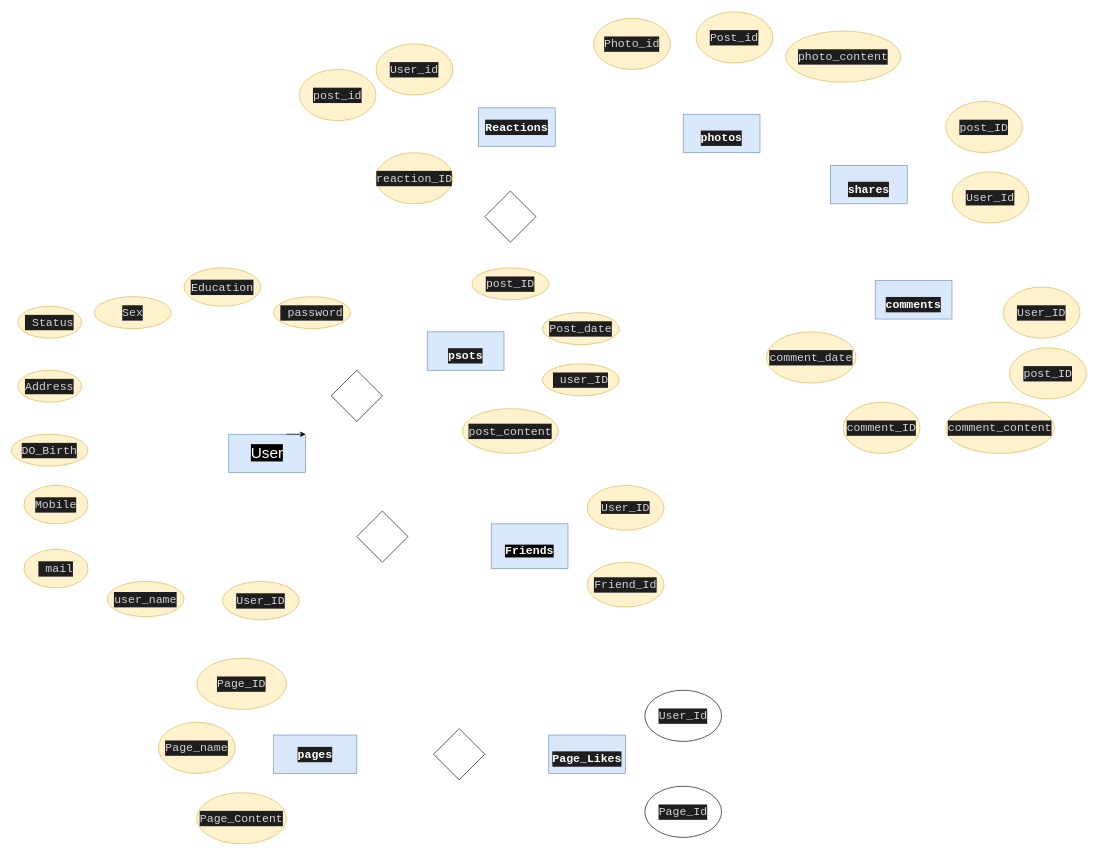
elarabyelaidy19/database_of_databases keeps this draw.io diagram as weyou/Untitled Diagram.drawio. Above is the earlier version. Source tidied: cells renumbered, new cells numbered last; positions are measured from the earlier drawing's top-left corner, leaving out a move shared by most shapes. Both pictures are drawn from the tidied source at 64%, with x=0, y=0 at pixel (11, 12).
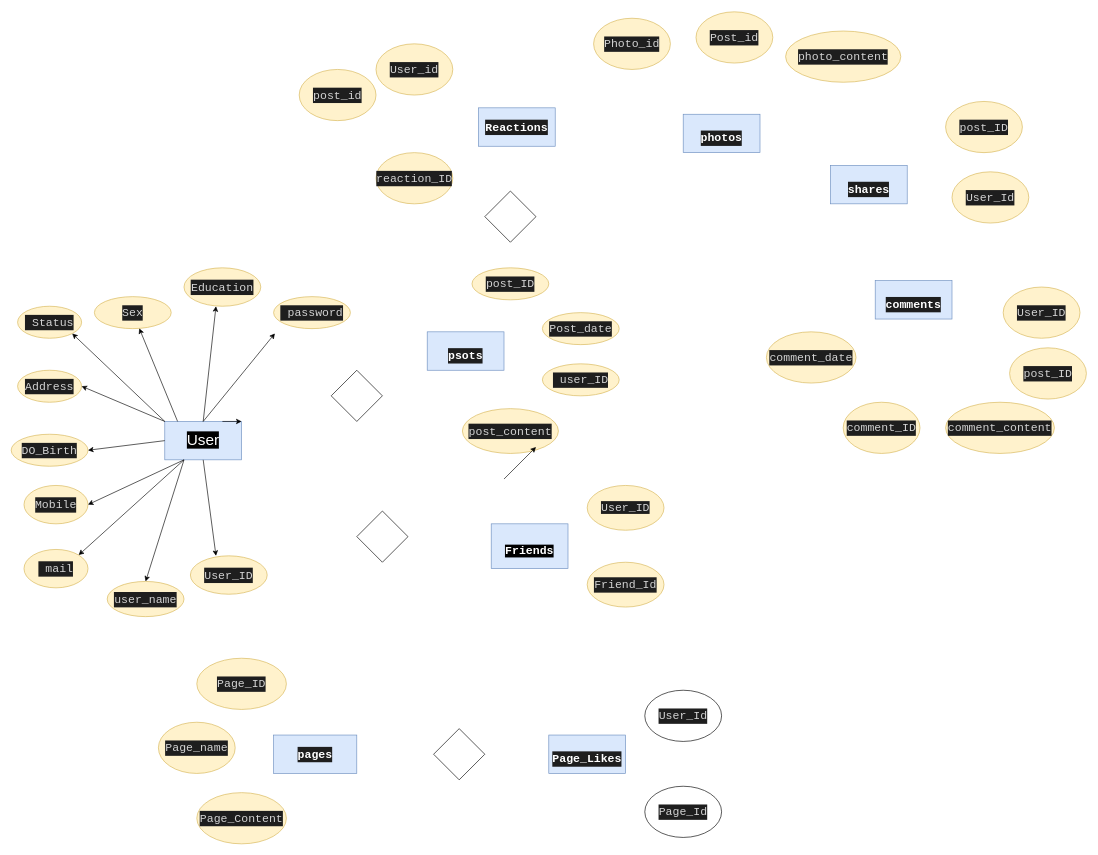
After the change.

The change refers to these unchanged cells:
```xml
<mxCell id="11" value="&#10;&#10;&lt;div style=&quot;color: rgb(212, 212, 212); background-color: rgb(30, 30, 30); font-family: consolas, &amp;quot;courier new&amp;quot;, monospace; font-weight: normal; font-size: 18px; line-height: 24px;&quot;&gt;&lt;div&gt;&lt;span style=&quot;color: #d4d4d4&quot;&gt;user_name&lt;/span&gt;&lt;/div&gt;&lt;/div&gt;&#10;&#10;" style="ellipse;whiteSpace=wrap;html=1;fillColor=#fff2cc;strokeColor=#d6b656;" parent="1" vertex="1">
  <mxGeometry x="150" y="890" width="120" height="55" as="geometry" />
</mxCell>
<mxCell id="12" value="&#10;&#10;&lt;div style=&quot;color: rgb(212, 212, 212); background-color: rgb(30, 30, 30); font-family: consolas, &amp;quot;courier new&amp;quot;, monospace; font-weight: normal; font-size: 18px; line-height: 24px;&quot;&gt;&lt;div&gt;&lt;span style=&quot;color: #d4d4d4&quot;&gt;&amp;nbsp;Status&lt;/span&gt;&lt;/div&gt;&lt;/div&gt;&#10;&#10;" style="ellipse;whiteSpace=wrap;html=1;fillColor=#fff2cc;strokeColor=#d6b656;" parent="1" vertex="1">
  <mxGeometry x="10" y="460" width="100" height="50" as="geometry" />
</mxCell>
<mxCell id="13" value="&#10;&#10;&lt;div style=&quot;color: rgb(212, 212, 212); background-color: rgb(30, 30, 30); font-family: consolas, &amp;quot;courier new&amp;quot;, monospace; font-weight: normal; font-size: 18px; line-height: 24px;&quot;&gt;&lt;div&gt;&lt;span style=&quot;color: #d4d4d4&quot;&gt;DO_Birth&lt;/span&gt;&lt;/div&gt;&lt;/div&gt;&#10;&#10;" style="ellipse;whiteSpace=wrap;html=1;fillColor=#fff2cc;strokeColor=#d6b656;" parent="1" vertex="1">
  <mxGeometry y="660" width="120" height="50" as="geometry" />
</mxCell>
<mxCell id="15" value="&#10;&#10;&lt;div style=&quot;color: rgb(212, 212, 212); background-color: rgb(30, 30, 30); font-family: consolas, &amp;quot;courier new&amp;quot;, monospace; font-weight: normal; font-size: 18px; line-height: 24px;&quot;&gt;&lt;div&gt;&lt;span style=&quot;color: #d4d4d4&quot;&gt;&amp;nbsp;password&lt;/span&gt;&lt;/div&gt;&lt;/div&gt;&#10;&#10;" style="ellipse;whiteSpace=wrap;html=1;fillColor=#fff2cc;strokeColor=#d6b656;" parent="1" vertex="1">
  <mxGeometry x="410" y="445" width="120" height="50" as="geometry" />
</mxCell>
<mxCell id="16" value="&#10;&#10;&lt;div style=&quot;color: rgb(212, 212, 212); background-color: rgb(30, 30, 30); font-family: consolas, &amp;quot;courier new&amp;quot;, monospace; font-weight: normal; font-size: 18px; line-height: 24px;&quot;&gt;&lt;div&gt;&lt;span style=&quot;color: #d4d4d4&quot;&gt;Sex&lt;/span&gt;&lt;/div&gt;&lt;/div&gt;&#10;&#10;" style="ellipse;whiteSpace=wrap;html=1;fillColor=#fff2cc;strokeColor=#d6b656;" parent="1" vertex="1">
  <mxGeometry x="130" y="445" width="120" height="50" as="geometry" />
</mxCell>
<mxCell id="18" value="&#10;&#10;&lt;div style=&quot;color: rgb(212, 212, 212); background-color: rgb(30, 30, 30); font-family: consolas, &amp;quot;courier new&amp;quot;, monospace; font-weight: normal; font-size: 18px; line-height: 24px;&quot;&gt;&lt;div&gt;&lt;span style=&quot;color: #d4d4d4&quot;&gt;Address&lt;/span&gt;&lt;/div&gt;&lt;/div&gt;&#10;&#10;" style="ellipse;whiteSpace=wrap;html=1;fillColor=#fff2cc;strokeColor=#d6b656;" parent="1" vertex="1">
  <mxGeometry x="10" y="560" width="100" height="50" as="geometry" />
</mxCell>
<mxCell id="19" value="&#10;&#10;&lt;div style=&quot;color: rgb(212, 212, 212); background-color: rgb(30, 30, 30); font-family: consolas, &amp;quot;courier new&amp;quot;, monospace; font-weight: normal; font-size: 18px; line-height: 24px;&quot;&gt;&lt;div&gt;&lt;span style=&quot;color: #d4d4d4&quot;&gt;&amp;nbsp;mail&lt;/span&gt;&lt;/div&gt;&lt;/div&gt;&#10;&#10;" style="ellipse;whiteSpace=wrap;html=1;fillColor=#fff2cc;strokeColor=#d6b656;" parent="1" vertex="1">
  <mxGeometry x="20" y="840" width="100" height="60" as="geometry" />
</mxCell>
<mxCell id="20" value="&lt;div style=&quot;color: rgb(212 , 212 , 212) ; background-color: rgb(30 , 30 , 30) ; font-family: &amp;#34;consolas&amp;#34; , &amp;#34;courier new&amp;#34; , monospace ; font-size: 18px ; line-height: 24px&quot;&gt;Mobile&lt;/div&gt;" style="ellipse;whiteSpace=wrap;html=1;fillColor=#fff2cc;strokeColor=#d6b656;" parent="1" vertex="1">
  <mxGeometry x="20" y="740" width="100" height="60" as="geometry" />
</mxCell>
```

Diff of the diagram source:
```diff
@@
     <mxCell id="7" value="&lt;font style=&quot;font-size: 24px ; background-color: rgb(0 , 0 , 0)&quot; color=&quot;#ffffff&quot;&gt;User&lt;/font&gt;" style="rounded=0;whiteSpace=wrap;html=1;fillColor=#dae8fc;strokeColor=#6c8ebf;" parent="1" vertex="1">
-      <mxGeometry x="340" y="660" width="120" height="60" as="geometry" />
+      <mxGeometry x="240" y="640" width="120" height="60" as="geometry" />
     </mxCell>
@@
     <mxCell id="17" value="&#10;&#10;&lt;div style=&quot;color: rgb(212, 212, 212); background-color: rgb(30, 30, 30); font-family: consolas, &amp;quot;courier new&amp;quot;, monospace; font-weight: normal; font-size: 18px; line-height: 24px;&quot;&gt;&lt;div&gt;&lt;span style=&quot;color: #d4d4d4&quot;&gt;User_ID&lt;/span&gt;&lt;/div&gt;&lt;/div&gt;&#10;&#10;" style="ellipse;whiteSpace=wrap;html=1;fillColor=#fff2cc;strokeColor=#d6b656;" parent="1" vertex="1">
-      <mxGeometry x="330" y="890" width="120" height="60" as="geometry" />
+      <mxGeometry x="280" y="850" width="120" height="60" as="geometry" />
     </mxCell>
@@
+    <mxCell id="51" style="endArrow=classic;html=1;" parent="1" edge="1">
+      <mxGeometry relative="1" as="geometry">
+        <mxPoint x="770" y="730" as="sourcePoint" />
+        <mxPoint x="820" y="680" as="targetPoint" />
+      </mxGeometry>
+    </mxCell>
+    <mxCell id="52" style="endArrow=classic;html=1;" parent="1" edge="1" target="16">
+      <mxGeometry relative="1" as="geometry">
+        <mxPoint x="260" y="640" as="sourcePoint" />
+      </mxGeometry>
+    </mxCell>
+    <mxCell id="53" style="endArrow=classic;html=1;entryX=1;entryY=1;entryDx=0;entryDy=0;exitX=0;exitY=0;exitDx=0;exitDy=0;" parent="1" edge="1" source="7" target="12">
+      <mxGeometry relative="1" as="geometry" />
+    </mxCell>
+    <mxCell id="54" style="endArrow=classic;html=1;entryX=1;entryY=0.5;entryDx=0;entryDy=0;exitX=0;exitY=0;exitDx=0;exitDy=0;" parent="1" edge="1" source="7" target="18">
+      <mxGeometry relative="1" as="geometry" />
+    </mxCell>
+    <mxCell id="55" style="endArrow=classic;html=1;entryX=1;entryY=0.5;entryDx=0;entryDy=0;" parent="1" edge="1" target="13">
+      <mxGeometry relative="1" as="geometry">
+        <mxPoint x="240" y="670" as="sourcePoint" />
+      </mxGeometry>
+    </mxCell>
+    <mxCell id="56" style="endArrow=classic;html=1;exitX=0.25;exitY=1;exitDx=0;exitDy=0;entryX=1;entryY=0.5;entryDx=0;entryDy=0;" parent="1" edge="1" source="7" target="20">
+      <mxGeometry relative="1" as="geometry" />
+    </mxCell>
+    <mxCell id="57" style="endArrow=classic;html=1;entryX=1;entryY=0;entryDx=0;entryDy=0;exitX=0.25;exitY=1;exitDx=0;exitDy=0;" parent="1" edge="1" source="7" target="19">
+      <mxGeometry relative="1" as="geometry" />
+    </mxCell>
+    <mxCell id="58" style="endArrow=classic;html=1;entryX=0.5;entryY=0;entryDx=0;entryDy=0;" parent="1" edge="1" target="11">
+      <mxGeometry relative="1" as="geometry">
+        <mxPoint x="270" y="700" as="sourcePoint" />
+      </mxGeometry>
+    </mxCell>
+    <mxCell id="59" style="endArrow=classic;html=1;" parent="1" edge="1">
+      <mxGeometry relative="1" as="geometry">
+        <mxPoint x="300" y="640" as="sourcePoint" />
+        <mxPoint x="320" y="460" as="targetPoint" />
+      </mxGeometry>
+    </mxCell>
+    <mxCell id="60" style="endArrow=classic;html=1;exitX=0.5;exitY=0;exitDx=0;exitDy=0;entryX=0.017;entryY=1.15;entryDx=0;entryDy=0;entryPerimeter=0;" parent="1" edge="1" source="7" target="15">
+      <mxGeometry relative="1" as="geometry" />
+    </mxCell>
+    <mxCell id="61" style="endArrow=classic;html=1;exitX=0.5;exitY=1;exitDx=0;exitDy=0;" parent="1" edge="1" source="7">
+      <mxGeometry relative="1" as="geometry">
+        <mxPoint x="320" y="850" as="targetPoint" />
+      </mxGeometry>
+    </mxCell>
```
